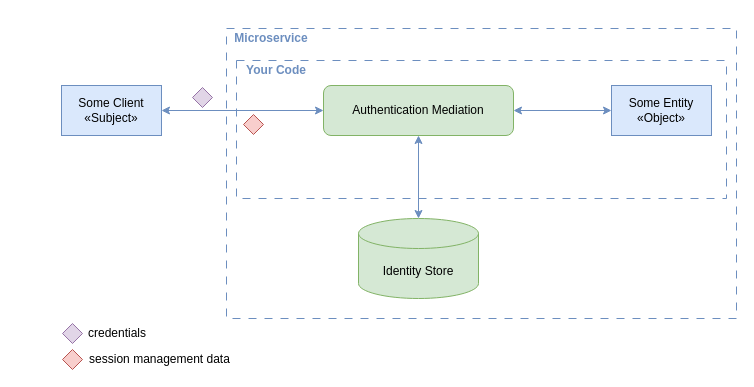
Above: assets/Service_Level_Embedded_Authentication.drawio in dadrus/CheatSheetSeries (draw.io), before the change. Source tidied: cells renumbered, new cells numbered last; positions are measured from the earlier drawing's top-left corner, leaving out a move shared by most shapes. Both pictures are drawn from the tidied source at 100%, with x=0, y=0 at pixel (61, 28).
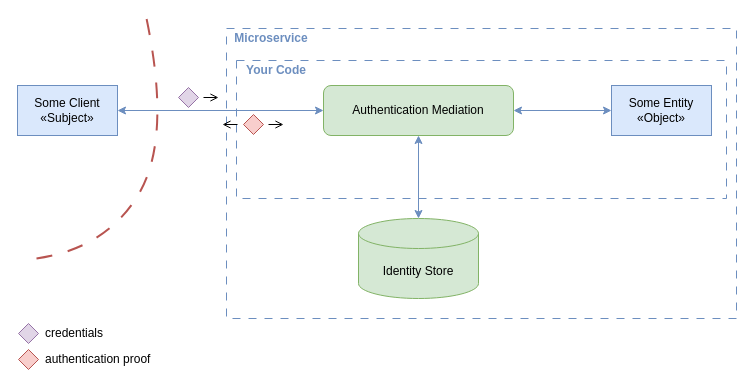
The same page after the edit.

What changed in the source:
```diff
@@
     <mxCell id="8" value="Some Client&lt;br&gt;«Subject»" style="rounded=0;whiteSpace=wrap;html=1;fillColor=#dae8fc;strokeColor=#6c8ebf;" parent="1" vertex="1">
-      <mxGeometry y="57" width="100" height="50" as="geometry" />
+      <mxGeometry x="-44" y="57" width="100" height="50" as="geometry" />
     </mxCell>
@@
     <mxCell id="13" style="rhombus;whiteSpace=wrap;html=1;fillColor=#e1d5e7;strokeColor=#9673a6;" parent="1" vertex="1">
-      <mxGeometry x="131" y="59" width="20" height="20" as="geometry" />
+      <mxGeometry x="117" y="59" width="20" height="20" as="geometry" />
     </mxCell>
@@
     <mxCell id="15" style="rhombus;whiteSpace=wrap;html=1;fillColor=#e1d5e7;strokeColor=#9673a6;" parent="1" vertex="1">
-      <mxGeometry x="1" y="295" width="20" height="20" as="geometry" />
+      <mxGeometry x="-43" y="295" width="20" height="20" as="geometry" />
     </mxCell>
     <mxCell id="16" style="rhombus;whiteSpace=wrap;html=1;fillColor=#f8cecc;strokeColor=#b85450;" parent="1" vertex="1">
-      <mxGeometry x="1" y="321" width="20" height="20" as="geometry" />
+      <mxGeometry x="-43" y="321" width="20" height="20" as="geometry" />
     </mxCell>
-    <mxCell id="17" value="credentials" style="text;html=1;align=center;verticalAlign=middle;whiteSpace=wrap;rounded=0;" parent="1" vertex="1">
-      <mxGeometry x="26" y="295" width="60" height="20" as="geometry" />
+    <mxCell id="17" value="credentials" style="text;html=1;align=left;verticalAlign=middle;whiteSpace=wrap;rounded=0;" parent="1" vertex="1">
+      <mxGeometry x="-18" y="295" width="60" height="20" as="geometry" />
     </mxCell>
-    <mxCell id="18" value="session management data" style="text;html=1;align=center;verticalAlign=middle;whiteSpace=wrap;rounded=0;" parent="1" vertex="1">
-      <mxGeometry x="26" y="321" width="145" height="20" as="geometry" />
+    <mxCell id="18" value="&lt;div align=&quot;left&quot;&gt;authentication proof&lt;/div&gt;" style="text;html=1;align=left;verticalAlign=middle;whiteSpace=wrap;rounded=0;" parent="1" vertex="1">
+      <mxGeometry x="-18" y="321" width="145" height="20" as="geometry" />
     </mxCell>
+    <mxCell id="19" style="endArrow=open;html=1;rounded=0;endFill=0;" parent="1" edge="1">
+      <mxGeometry relative="1" as="geometry">
+        <mxPoint x="142" y="69" as="sourcePoint" />
+        <mxPoint x="157" y="69" as="targetPoint" />
+      </mxGeometry>
+    </mxCell>
+    <mxCell id="20" style="endArrow=open;html=1;rounded=0;endFill=0;" parent="1" edge="1">
+      <mxGeometry relative="1" as="geometry">
+        <mxPoint x="207" y="96" as="sourcePoint" />
+        <mxPoint x="222" y="96" as="targetPoint" />
+      </mxGeometry>
+    </mxCell>
+    <mxCell id="21" style="endArrow=none;html=1;rounded=0;endFill=0;startFill=0;startArrow=open;" parent="1" edge="1">
+      <mxGeometry relative="1" as="geometry">
+        <mxPoint x="161" y="96" as="sourcePoint" />
+        <mxPoint x="176" y="96" as="targetPoint" />
+      </mxGeometry>
+    </mxCell>
+    <mxCell id="22" style="curved=1;endArrow=none;html=1;rounded=0;dashed=1;dashPattern=8 8;startFill=0;fillColor=#f8cecc;strokeColor=#b85450;startSize=9;endSize=8;strokeWidth=2;" parent="1" edge="1">
+      <mxGeometry relative="1" as="geometry">
+        <mxPoint x="-25" y="230" as="sourcePoint" />
+        <mxPoint x="85" y="-10" as="targetPoint" />
+        <Array as="points">
+          <mxPoint x="45" y="220" />
+          <mxPoint x="110" y="110" />
+        </Array>
+      </mxGeometry>
+    </mxCell>
```
